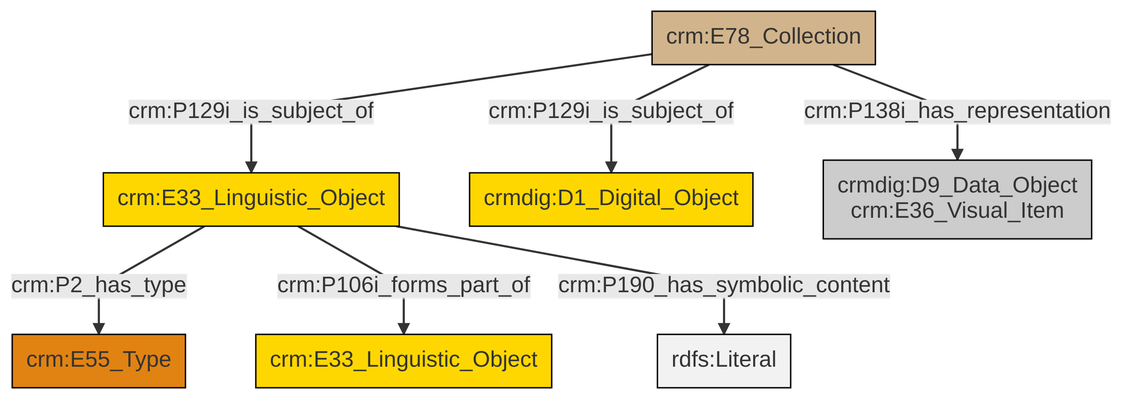
Before: et/archivalCSV/ttl/mmd/png/archival_docs.png, a diagram exported from Mermaid (swiss-art-research-net/docs.swissartresearch). Its source is kept beside it as et/archivalCSV/ttl/mmd/archival_docs.ttl.mmd.
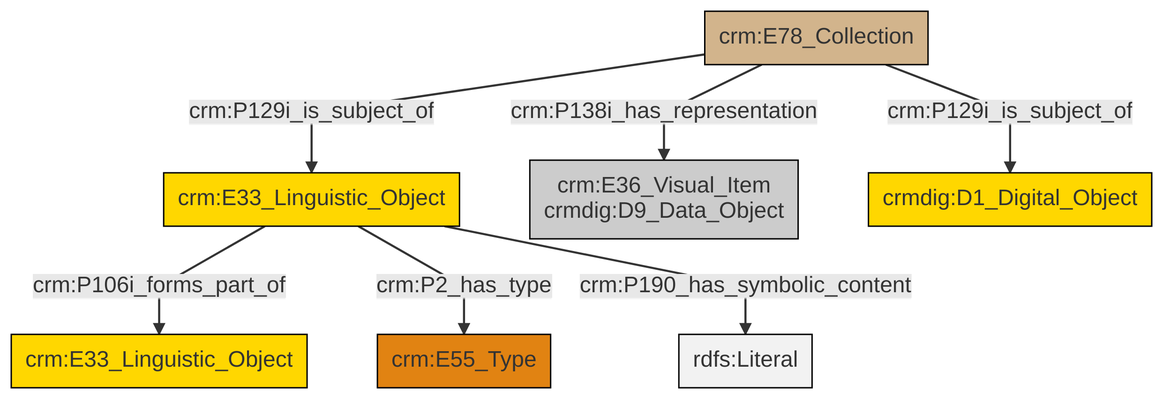
The same diagram one commit later.

Diff of the diagram source:
```diff
@@ -13,9 +13,9 @@
 classDef PC_Classes fill:#4ce600, stroke:#000000;
 classDef Multi fill:#cccccc,stroke:#000000;
 
-0["crm:E78_Collection"]:::Physical_Thing -->|crm:P129i_is_subject_of| 1["crm:E33_Linguistic_Object"]:::Conceptual_Object
-1["crm:E33_Linguistic_Object"]:::Conceptual_Object -->|crm:P2_has_type| 2["crm:E55_Type"]:::Type
-0["crm:E78_Collection"]:::Physical_Thing -->|crm:P129i_is_subject_of| 3["crmdig:D1_Digital_Object"]:::Conceptual_Object
-1["crm:E33_Linguistic_Object"]:::Conceptual_Object -->|crm:P106i_forms_part_of| 6["crm:E33_Linguistic_Object"]:::Conceptual_Object
-0["crm:E78_Collection"]:::Physical_Thing -->|crm:P138i_has_representation| 9["crmdig:D9_Data_Object<br>crm:E36_Visual_Item"]:::Multi
-1["crm:E33_Linguistic_Object"]:::Conceptual_Object -->|crm:P190_has_symbolic_content| 13[rdfs:Literal]:::Literal
+0["crm:E33_Linguistic_Object"]:::Conceptual_Object -->|crm:P106i_forms_part_of| 1["crm:E33_Linguistic_Object"]:::Conceptual_Object
+2["crm:E78_Collection"]:::Physical_Thing -->|crm:P138i_has_representation| 3["crm:E36_Visual_Item<br>crmdig:D9_Data_Object"]:::Multi
+2["crm:E78_Collection"]:::Physical_Thing -->|crm:P129i_is_subject_of| 7["crmdig:D1_Digital_Object"]:::Conceptual_Object
+2["crm:E78_Collection"]:::Physical_Thing -->|crm:P129i_is_subject_of| 0["crm:E33_Linguistic_Object"]:::Conceptual_Object
+0["crm:E33_Linguistic_Object"]:::Conceptual_Object -->|crm:P2_has_type| 5["crm:E55_Type"]:::Type
+0["crm:E33_Linguistic_Object"]:::Conceptual_Object -->|crm:P190_has_symbolic_content| 13[rdfs:Literal]:::Literal
```
